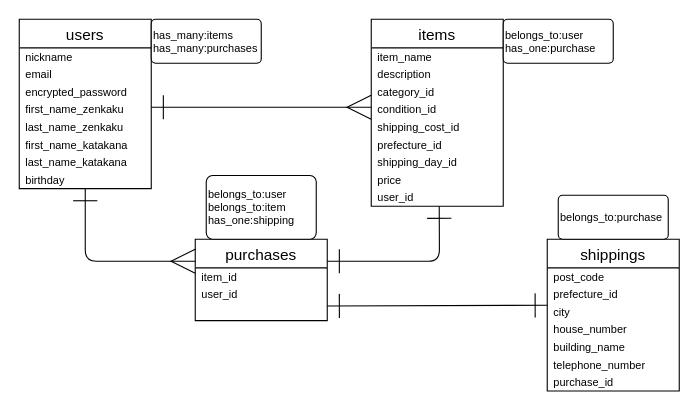
This is .dio from totototateyama/furima-41462, a draw.io file, before an edit. Source tidied: cells renumbered, new cells numbered last; positions are measured from the earlier drawing's top-left corner, leaving out a move shared by most shapes. Both pictures are drawn from the tidied source at 110%, with x=0, y=0 at pixel (19, 19).
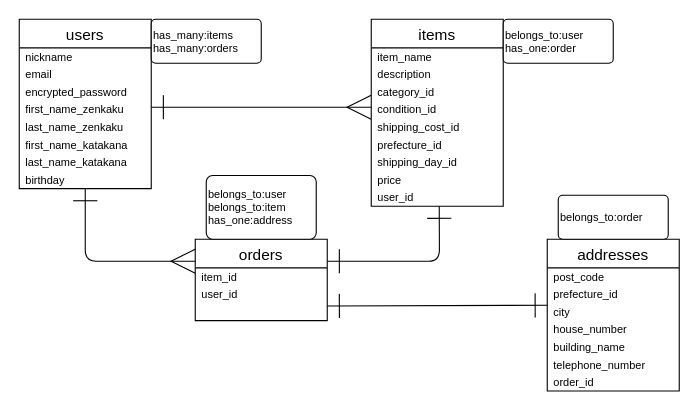
Above is the later version.

The edit, as a diff of the source:
```diff
@@
-    <mxCell id="21" value="purchases" style="swimlane;fontStyle=0;horizontal=1;startSize=26;align=center;fontSize=14;spacing=0;" parent="1" vertex="1">
+    <mxCell id="21" value="orders" style="swimlane;fontStyle=0;horizontal=1;startSize=26;align=center;fontSize=14;spacing=0;" parent="1" vertex="1">
       <mxGeometry x="160" y="200" width="120" height="74" as="geometry" />
     </mxCell>
@@
-    <mxCell id="28" value="has_many:items&lt;br&gt;has_many:purchases" style="rounded=1;arcSize=10;whiteSpace=wrap;html=1;align=left;fontSize=10;" parent="1" vertex="1">
+    <mxCell id="28" value="has_many:items&lt;br&gt;has_many:orders" style="rounded=1;arcSize=10;whiteSpace=wrap;html=1;align=left;fontSize=10;" parent="1" vertex="1">
       <mxGeometry x="120" width="100" height="40" as="geometry" />
     </mxCell>
-    <mxCell id="29" value="belongs_to:user&lt;br&gt;has_one:purchase" style="rounded=1;arcSize=10;whiteSpace=wrap;html=1;align=left;fontSize=10;" parent="1" vertex="1">
+    <mxCell id="29" value="belongs_to:user&lt;br&gt;has_one:order" style="rounded=1;arcSize=10;whiteSpace=wrap;html=1;align=left;fontSize=10;" parent="1" vertex="1">
       <mxGeometry x="440" width="100" height="40" as="geometry" />
     </mxCell>
-    <mxCell id="30" value="belongs_to:user&lt;br&gt;belongs_to:item&lt;br&gt;has_one:shipping" style="rounded=1;arcSize=10;whiteSpace=wrap;html=1;align=left;fontSize=10;" parent="1" vertex="1">
+    <mxCell id="30" value="belongs_to:user&lt;br&gt;belongs_to:item&lt;br&gt;has_one:address" style="rounded=1;arcSize=10;whiteSpace=wrap;html=1;align=left;fontSize=10;" parent="1" vertex="1">
       <mxGeometry x="170" y="142" width="100" height="58" as="geometry" />
     </mxCell>
-    <mxCell id="31" value="shippings" style="swimlane;fontStyle=0;horizontal=1;startSize=26;align=center;fontSize=14;spacing=0;" parent="1" vertex="1">
+    <mxCell id="31" value="addresses" style="swimlane;fontStyle=0;horizontal=1;startSize=26;align=center;fontSize=14;spacing=0;" parent="1" vertex="1">
       <mxGeometry x="480" y="200" width="120" height="138" as="geometry" />
     </mxCell>
@@
-    <mxCell id="38" value="purchase_id" style="text;strokeColor=none;fillColor=none;spacingLeft=4;spacingRight=4;overflow=hidden;fontSize=10;verticalAlign=middle;" parent="31" vertex="1">
+    <mxCell id="38" value="order_id" style="text;strokeColor=none;fillColor=none;spacingLeft=4;spacingRight=4;overflow=hidden;fontSize=10;verticalAlign=middle;" parent="31" vertex="1">
       <mxGeometry y="122" width="120" height="16" as="geometry" />
     </mxCell>
@@
-    <mxCell id="40" value="belongs_to:purchase" style="rounded=1;arcSize=10;whiteSpace=wrap;html=1;align=left;fontSize=10;" parent="1" vertex="1">
+    <mxCell id="40" value="belongs_to:order" style="rounded=1;arcSize=10;whiteSpace=wrap;html=1;align=left;fontSize=10;" parent="1" vertex="1">
       <mxGeometry x="490" y="160" width="100" height="40" as="geometry" />
     </mxCell>
```
